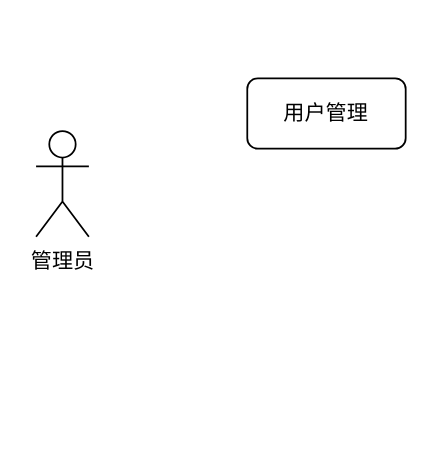
Earlier version of the draw.io diagram imgs/需求分析.drawio (jaclkliao/imgs). Source tidied: cells renumbered, new cells numbered last; positions are measured from the earlier drawing's top-left corner, leaving out a move shared by most shapes. Both pictures are drawn from the tidied source at 176%, with x=0, y=0 at pixel (35, 77).
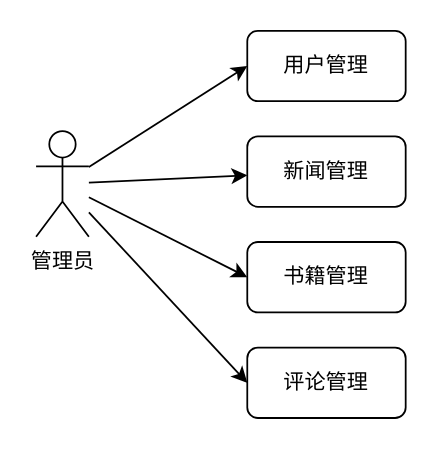
The same diagram, later.

Commit message (it also covers changes not shown here):
更新需求分析.drawio

What changed in the source:
```diff
@@
 <mxGraphModel>
   <root>
     <mxCell id="0" />
     <mxCell id="1" parent="0" />
+    <mxCell id="4" style="rounded=0;jettySize=auto;html=1;entryX=0;entryY=0.5;entryDx=0;entryDy=0;" parent="1" edge="1" source="2" target="3">
+      <mxGeometry relative="1" as="geometry" />
+    </mxCell>
+    <mxCell id="5" style="edgeStyle=none;rounded=0;jettySize=auto;html=1;" parent="1" edge="1" source="2" target="8">
+      <mxGeometry relative="1" as="geometry" />
+    </mxCell>
+    <mxCell id="6" style="edgeStyle=none;rounded=0;jettySize=auto;html=1;entryX=0;entryY=0.5;entryDx=0;entryDy=0;" parent="1" edge="1" source="2" target="9">
+      <mxGeometry relative="1" as="geometry" />
+    </mxCell>
+    <mxCell id="7" style="edgeStyle=none;rounded=0;jettySize=auto;html=1;entryX=0;entryY=0.5;entryDx=0;entryDy=0;" parent="1" edge="1" source="2" target="10">
+      <mxGeometry relative="1" as="geometry" />
+    </mxCell>
     <mxCell id="2" value="管理员" style="shape=umlActor;verticalLabelPosition=bottom;verticalAlign=top;html=1;outlineConnect=0;" parent="1" vertex="1">
       <mxGeometry y="30" width="30" height="60" as="geometry" />
     </mxCell>
     <mxCell id="3" value="用户管理" style="rounded=1;whiteSpace=wrap;html=1;" parent="1" vertex="1">
-      <mxGeometry x="120" width="90" height="40" as="geometry" />
+      <mxGeometry x="120" y="-27" width="90" height="40" as="geometry" />
     </mxCell>
+    <mxCell id="8" value="新闻管理" style="rounded=1;whiteSpace=wrap;html=1;" parent="1" vertex="1">
+      <mxGeometry x="120" y="33" width="90" height="40" as="geometry" />
+    </mxCell>
+    <mxCell id="9" value="书籍管理" style="rounded=1;whiteSpace=wrap;html=1;" parent="1" vertex="1">
+      <mxGeometry x="120" y="93" width="90" height="40" as="geometry" />
+    </mxCell>
+    <mxCell id="10" value="评论管理" style="rounded=1;whiteSpace=wrap;html=1;" parent="1" vertex="1">
+      <mxGeometry x="120" y="153" width="90" height="40" as="geometry" />
+    </mxCell>
   </root>
 </mxGraphModel>
```
